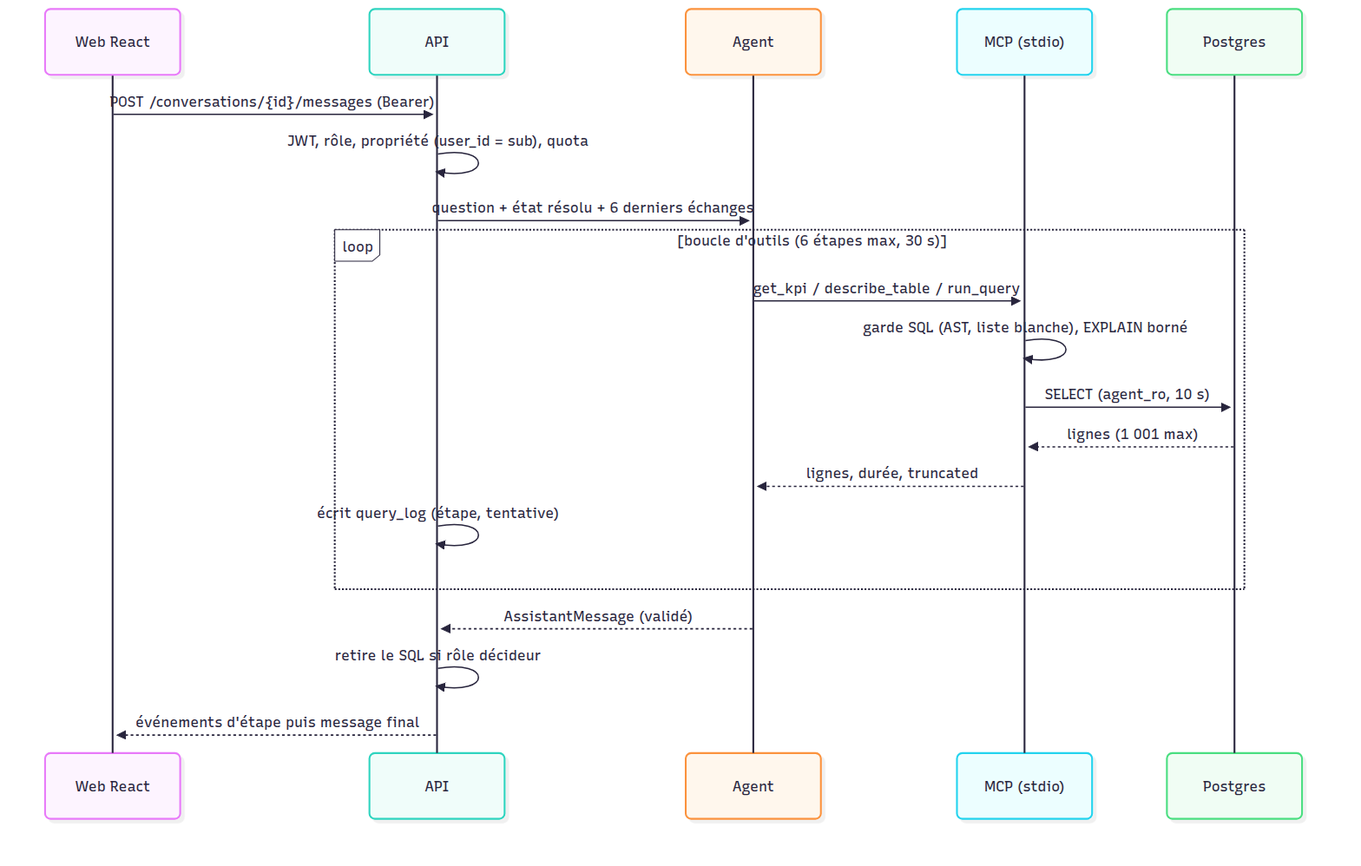
This is docs/diagrams/png/05-sequence-question.png from justefrank/decision-agent-IA, a Mermaid export, as it was before one commit. Its source is kept beside it as docs/diagrams/05-sequence-question.mmd. The source it was exported from:
```mermaid
sequenceDiagram
  participant W as Web React
  participant A as API
  participant G as Agent
  participant M as MCP (stdio)
  participant D as Postgres
  W->>A: POST /conversations/{id}/messages (Bearer)
  A->>A: JWT, rôle, propriété (user_id = sub), quota
  A->>G: question + état résolu + 6 derniers échanges
  loop boucle d'outils (6 étapes max, 30 s)
    G->>M: get_kpi / describe_table / run_query
    M->>M: garde SQL (AST, liste blanche), EXPLAIN borné
    M->>D: SELECT (agent_ro, 10 s)
    D-->>M: lignes (1 001 max)
    M-->>G: lignes, durée, truncated
    A->>A: écrit query_log (étape, tentative)
  end
  G-->>A: AssistantMessage (validé)
  A->>A: retire le SQL si rôle décideur
  A-->>W: événements d'étape puis message final
```
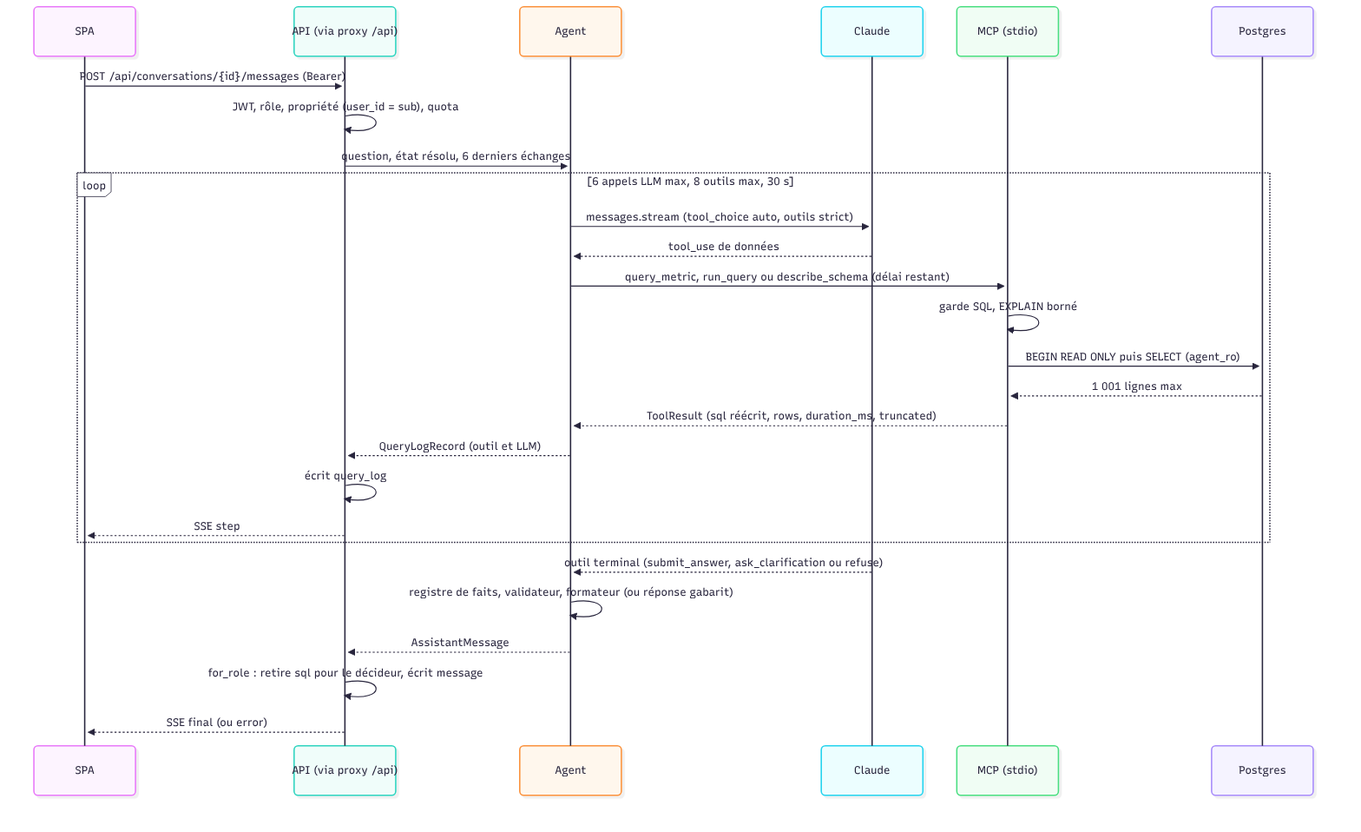
Above is the later version.

Diff of the diagram source:
```diff
@@ -1,20 +1,27 @@
 sequenceDiagram
-  participant W as Web React
-  participant A as API
+  participant W as SPA
+  participant A as API (via proxy /api)
   participant G as Agent
+  participant L as Claude
   participant M as MCP (stdio)
   participant D as Postgres
-  W->>A: POST /conversations/{id}/messages (Bearer)
+  W->>A: POST /api/conversations/{id}/messages (Bearer)
   A->>A: JWT, rôle, propriété (user_id = sub), quota
-  A->>G: question + état résolu + 6 derniers échanges
-  loop boucle d'outils (6 étapes max, 30 s)
-    G->>M: get_kpi / describe_table / run_query
-    M->>M: garde SQL (AST, liste blanche), EXPLAIN borné
-    M->>D: SELECT (agent_ro, 10 s)
-    D-->>M: lignes (1 001 max)
-    M-->>G: lignes, durée, truncated
-    A->>A: écrit query_log (étape, tentative)
+  A->>G: question, état résolu, 6 derniers échanges
+  loop 6 appels LLM max, 8 outils max, 30 s
+    G->>L: messages.stream (tool_choice auto, outils strict)
+    L-->>G: tool_use de données
+    G->>M: query_metric, run_query ou describe_schema (délai restant)
+    M->>M: garde SQL, EXPLAIN borné
+    M->>D: BEGIN READ ONLY puis SELECT (agent_ro)
+    D-->>M: 1 001 lignes max
+    M-->>G: ToolResult (sql réécrit, rows, duration_ms, truncated)
+    G-->>A: QueryLogRecord (outil et LLM)
+    A->>A: écrit query_log
+    A-->>W: SSE step
   end
-  G-->>A: AssistantMessage (validé)
-  A->>A: retire le SQL si rôle décideur
-  A-->>W: événements d'étape puis message final
+  L-->>G: outil terminal (submit_answer, ask_clarification ou refuse)
+  G->>G: registre de faits, validateur, formateur (ou réponse gabarit)
+  G-->>A: AssistantMessage
+  A->>A: for_role : retire sql pour le décideur, écrit message
+  A-->>W: SSE final (ou error)
```
